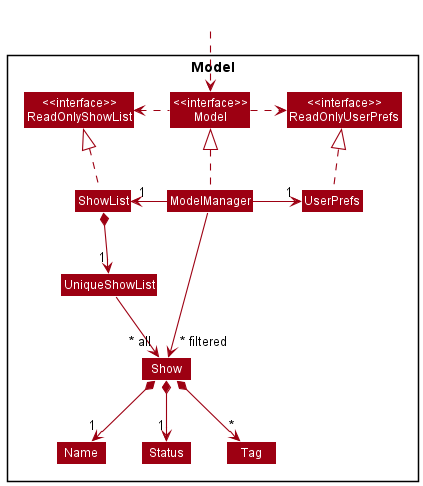
nus-cs2103-AY2122S2/tp keeps this PlantUML diagram as docs/images/ModelClassDiagram.png. Above is the earlier version.
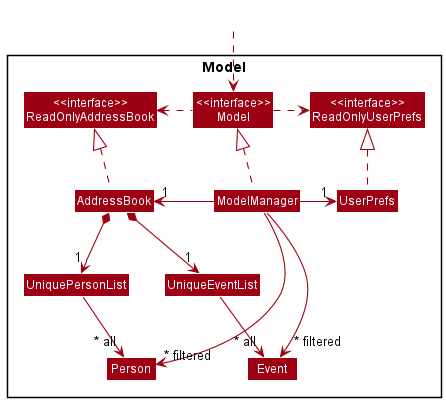
Later version of the same file.

Change to the diagram source:
```diff
@@ -5,41 +5,36 @@
 skinparam classBackgroundColor MODEL_COLOR
 
 Package Model <<Rectangle>>{
-Class "<<interface>>\nReadOnlyShowList" as ReadOnlyShowList
+Class "<<interface>>\nReadOnlyAddressBook" as ReadOnlyAddressBook
 Class "<<interface>>\nReadOnlyUserPrefs" as ReadOnlyUserPrefs
 Class "<<interface>>\nModel" as Model
-Class ShowList
+Class AddressBook
 Class ModelManager
 Class UserPrefs
 
-Class UniqueShowList
-Class Show
-Class Status
-Class Name
-Class Tag
-
+Class UniquePersonList
+Class UniqueEventList
+Class Person
+Class Event
 }
 
 Class HiddenOutside #FFFFFF
 HiddenOutside ..> Model
 
-ShowList .up.|> ReadOnlyShowList
+AddressBook .up.|> ReadOnlyAddressBook
 
 ModelManager .up.|> Model
 Model .right.> ReadOnlyUserPrefs
-Model .left.> ReadOnlyShowList
-ModelManager -left-> "1" ShowList
+Model .left.> ReadOnlyAddressBook
+ModelManager -left-> "1" AddressBook
 ModelManager -right-> "1" UserPrefs
 UserPrefs .up.|> ReadOnlyUserPrefs
 
-ShowList *--> "1" UniqueShowList
-UniqueShowList --> "~* all" Show
-Show *--> "1" Name
-Show *--> "1" Status
-Show *--> "*" Tag
+AddressBook *--> "1" UniquePersonList
+AddressBook *--> "1" UniqueEventList
+UniquePersonList --> "~* all" Person
+UniqueEventList --> "~* all" Event
 
-Name -[hidden]right-> Status
-Status -[hidden]right->  Tag
-
-ModelManager -->"~* filtered" Show
+ModelManager -->"~* filtered" Person
+ModelManager -->"~* filtered" Event
 @enduml
```
